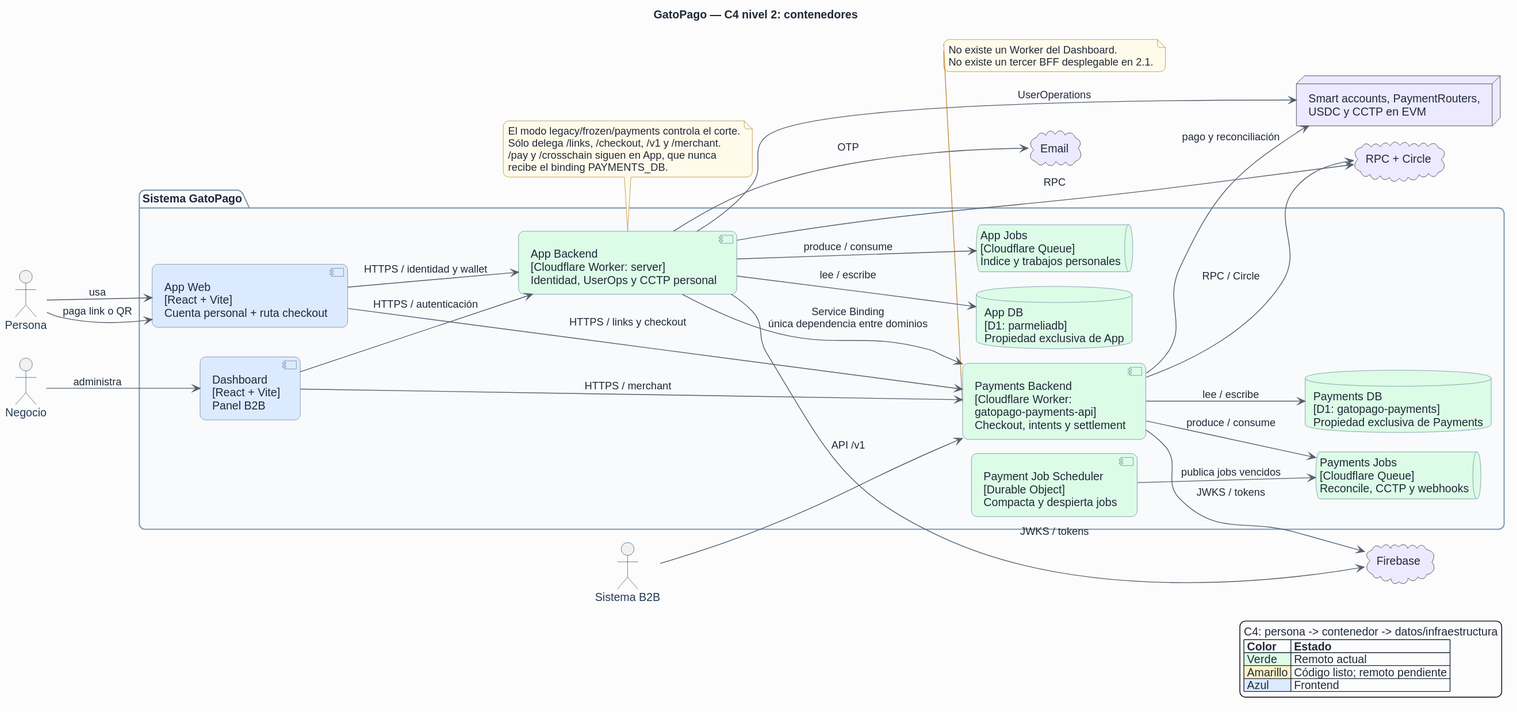
The PlantUML diagram docs/architecture/rendered/02-c4-contenedores.svg in danelerr/parmelia-links, before a commit. Source of this version:
```plantuml
@startuml
!include _theme.puml
title GatoPago — C4 nivel 2: contenedores

left to right direction

actor "Persona" as person
actor "Negocio" as business
actor "Sistema B2B" as b2b

package "Sistema GatoPago" {
  component "App Web\n[React + Vite]\nCuenta personal + ruta checkout" as client COLOR_WEB
  component "Dashboard\n[React + Vite]\nPanel B2B" as dashboard COLOR_WEB

  component "App Backend\n[Cloudflare Worker: server]\nIdentidad, UserOps y CCTP personal" as app_api COLOR_LIVE
  database "App DB\n[D1: parmeliadb]\nPropiedad exclusiva de App" as app_db COLOR_LIVE
  queue "App Jobs\n[Cloudflare Queue]\nÍndice y trabajos personales" as app_jobs COLOR_LIVE

  component "Payments Backend\n[Cloudflare Worker:\ngatopago-payments-api]\nCheckout, intents y settlement" as payments_api COLOR_LIVE
  database "Payments DB\n[D1: gatopago-payments]\nPropiedad exclusiva de Payments" as payments_db COLOR_LIVE
  queue "Payments Jobs\n[Cloudflare Queue]\nReconcile, CCTP y webhooks" as payment_jobs COLOR_LIVE
  component "Payment Job Scheduler\n[Durable Object]\nCompacta y despierta jobs" as scheduler COLOR_LIVE
}

cloud "Firebase" as firebase COLOR_EXTERNAL
cloud "Email" as email COLOR_EXTERNAL
cloud "RPC + Circle" as providers COLOR_EXTERNAL
node "Smart accounts, PaymentRouters,\nUSDC y CCTP en EVM" as chains COLOR_EXTERNAL

person --> client : usa
person --> client : paga link o QR
business --> dashboard : administra
b2b --> payments_api : API /v1

client --> app_api : HTTPS / identidad y wallet
client --> payments_api : HTTPS / links y checkout
dashboard --> app_api : HTTPS / autenticación
dashboard --> payments_api : HTTPS / merchant
app_api --> payments_api : Service Binding\núnica dependencia entre dominios

app_api --> app_db : lee / escribe
app_api --> app_jobs : produce / consume
payments_api --> payments_db : lee / escribe
payments_api --> payment_jobs : produce / consume
scheduler --> payment_jobs : publica jobs vencidos

app_api --> firebase : JWKS / tokens
payments_api --> firebase : JWKS / tokens
app_api --> email : OTP
app_api --> providers : RPC
payments_api --> providers : RPC / Circle
app_api --> chains : UserOperations
payments_api --> chains : pago y reconciliación

note bottom of app_api
  El modo legacy/frozen/payments controla el corte.
  Sólo delega /links, /checkout, /v1 y /merchant.
  /pay y /crosschain siguen en App, que nunca
  recibe el binding PAYMENTS_DB.
end note

note bottom of payments_api
  No existe un Worker del Dashboard.
  No existe un tercer BFF desplegable en 2.1.
end note

legend right
  C4: persona -> contenedor -> datos/infraestructura
  |= Color |= Estado |
  |<#DCFCE7> Verde | Remoto actual |
  |<#FEF3C7> Amarillo | Código listo; remoto pendiente |
  |<#DBEAFE> Azul | Frontend |
endlegend
@enduml
```
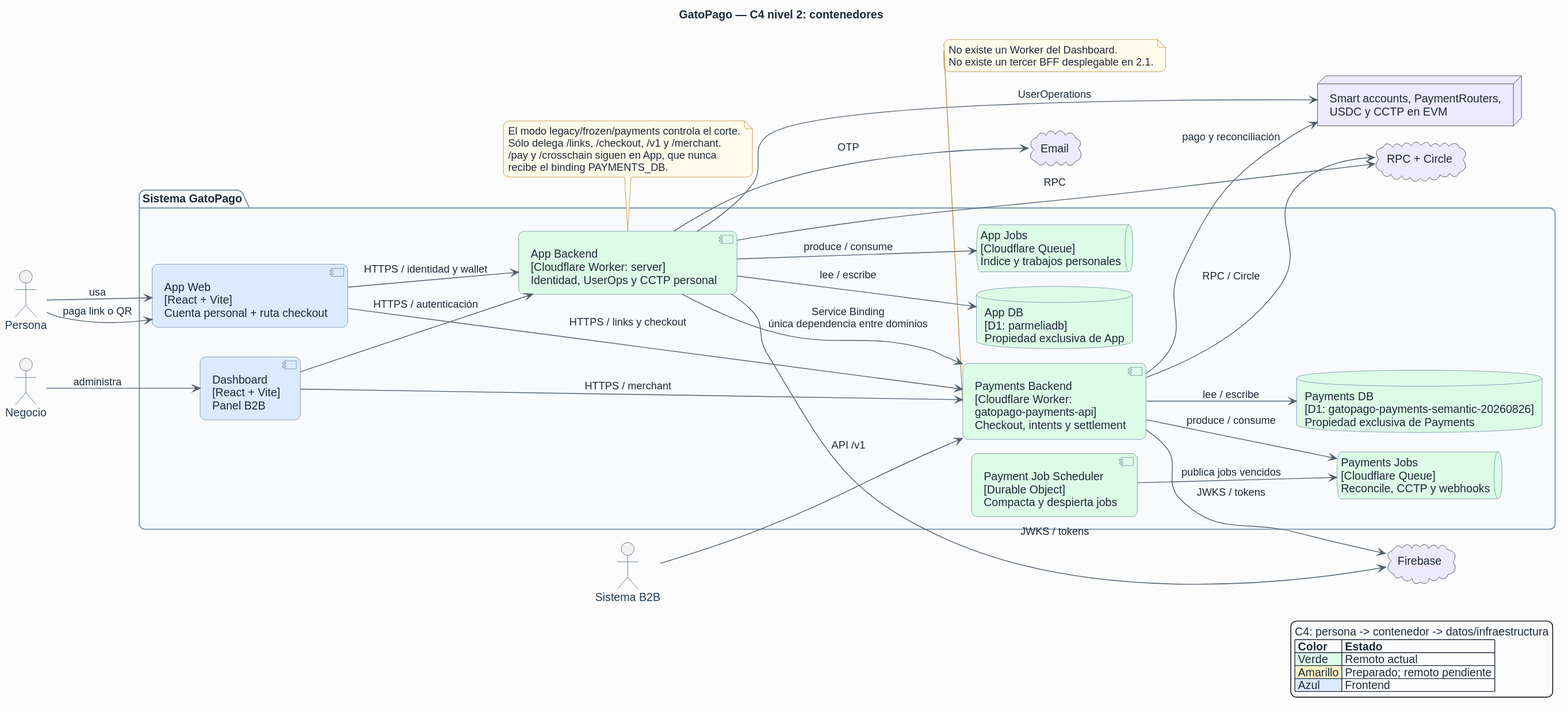
Above is the later version.

The edit, as a diff of the source:
```diff
@@ -17,7 +17,7 @@
   queue "App Jobs\n[Cloudflare Queue]\nÍndice y trabajos personales" as app_jobs COLOR_LIVE
 
   component "Payments Backend\n[Cloudflare Worker:\ngatopago-payments-api]\nCheckout, intents y settlement" as payments_api COLOR_LIVE
-  database "Payments DB\n[D1: gatopago-payments]\nPropiedad exclusiva de Payments" as payments_db COLOR_LIVE
+  database "Payments DB\n[D1: gatopago-payments-semantic-20260826]\nPropiedad exclusiva de Payments" as payments_db COLOR_LIVE
   queue "Payments Jobs\n[Cloudflare Queue]\nReconcile, CCTP y webhooks" as payment_jobs COLOR_LIVE
   component "Payment Job Scheduler\n[Durable Object]\nCompacta y despierta jobs" as scheduler COLOR_LIVE
 }
@@ -68,7 +68,7 @@
   C4: persona -> contenedor -> datos/infraestructura
   |= Color |= Estado |
   |<#DCFCE7> Verde | Remoto actual |
-  |<#FEF3C7> Amarillo | Código listo; remoto pendiente |
+  |<#FEF3C7> Amarillo | Preparado; remoto pendiente |
   |<#DBEAFE> Azul | Frontend |
 endlegend
 @enduml
```
